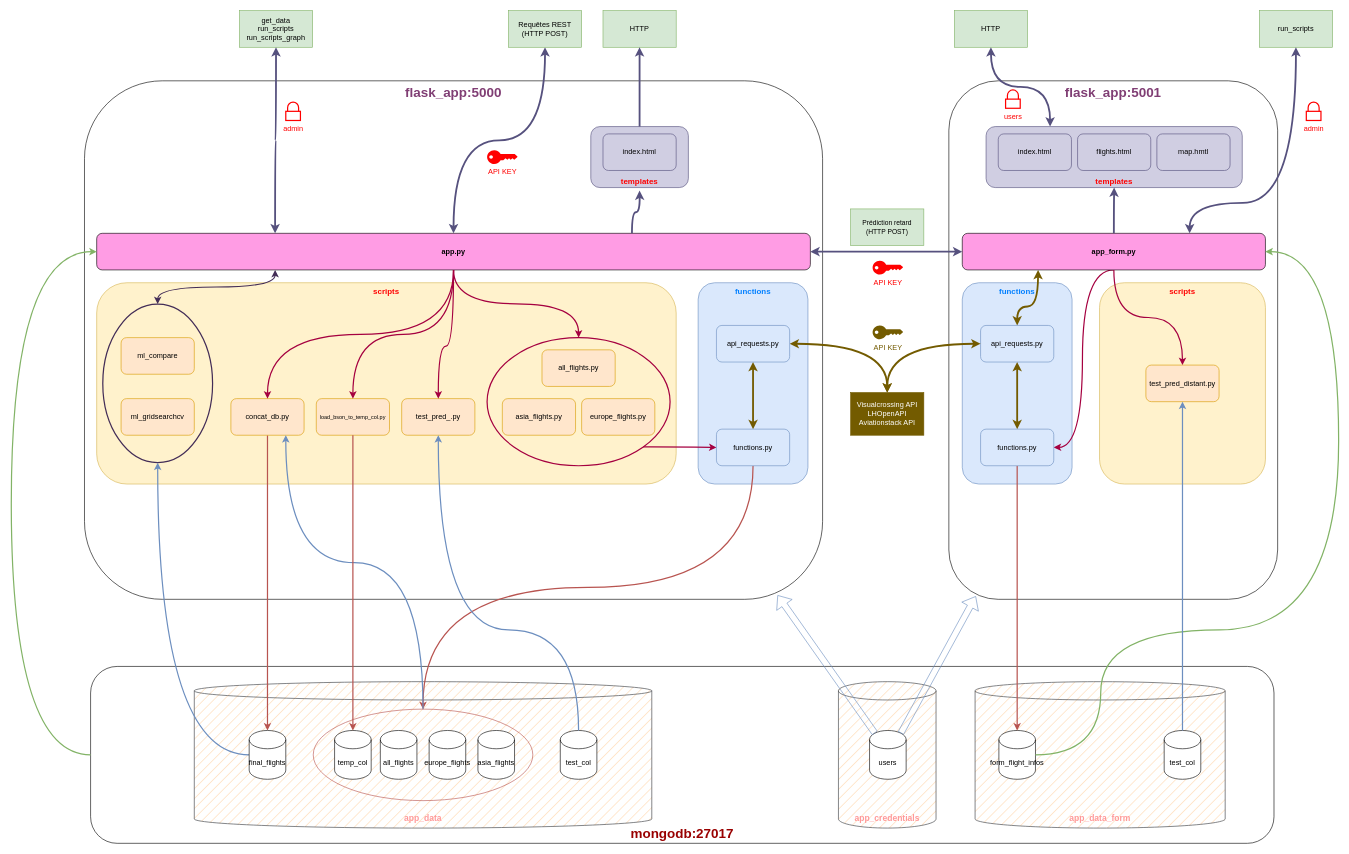
This is Diagramm/Architecture_Diagramm_v2.drawio from dstairlines24/DST_AIRLINES, a draw.io file, before an edit. Source tidied: cells renumbered, new cells numbered last; positions are measured from the earlier drawing's top-left corner, leaving out a move shared by most shapes. Both pictures are drawn from the tidied source at 61%, with x=0, y=0 at pixel (11, 10).
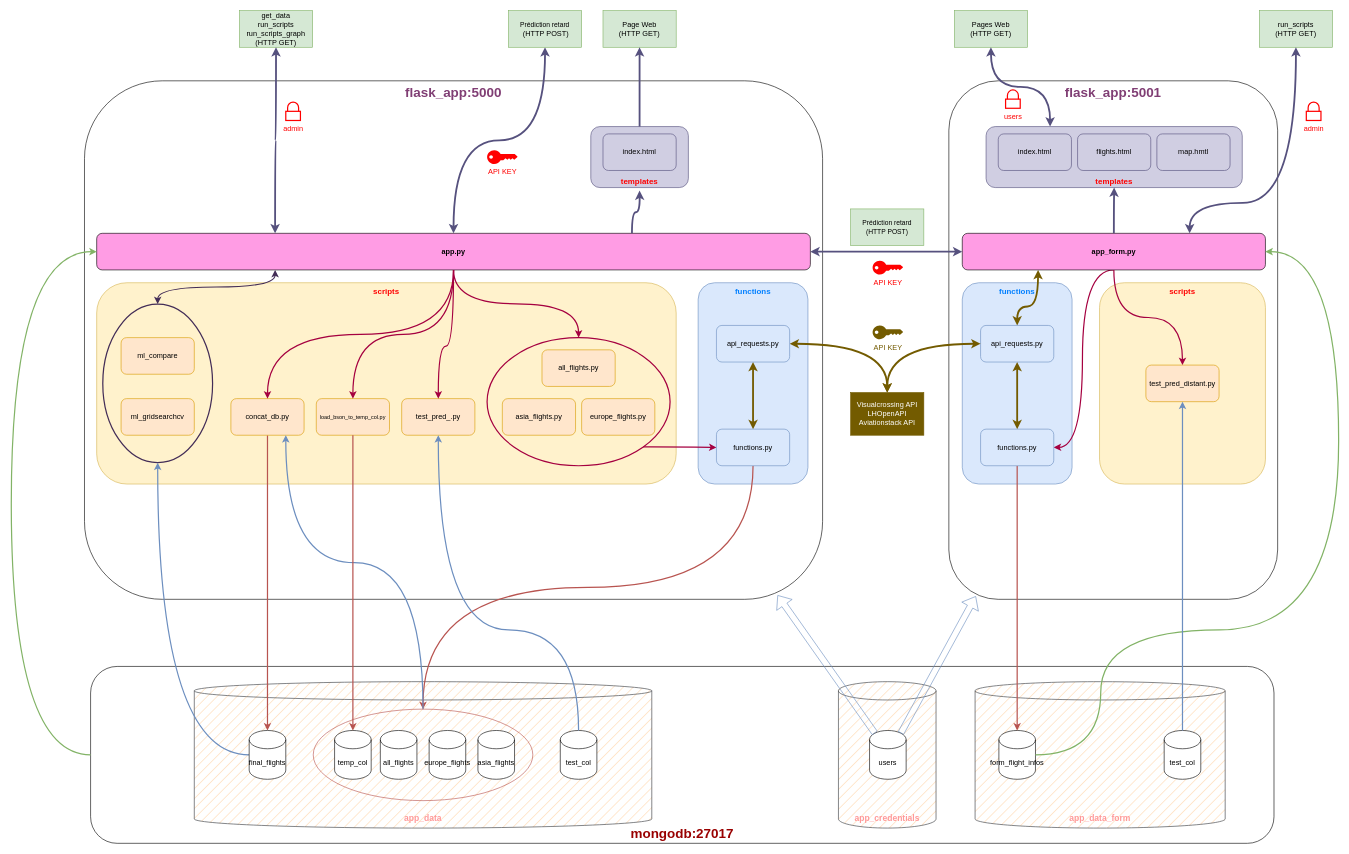
After the change.

Commit message:
maj Diagramm

Change to the diagram source:
```diff
@@
-    <mxCell id="28" value="HTTP" style="rounded=0;whiteSpace=wrap;html=1;fillColor=#d5e8d4;strokeColor=#82b366;" parent="1" vertex="1">
+    <mxCell id="28" value="Pages Web&lt;br&gt;(HTTP GET)" style="rounded=0;whiteSpace=wrap;html=1;fillColor=#d5e8d4;strokeColor=#82b366;" parent="1" vertex="1">
       <mxGeometry x="1546" width="120" height="60" as="geometry" />
     </mxCell>
@@
-    <mxCell id="60" value="Requêtes REST (HTTP POST)" style="rounded=0;whiteSpace=wrap;html=1;fillColor=#d5e8d4;strokeColor=#82b366;" parent="1" vertex="1">
+    <mxCell id="60" value="&lt;span style=&quot;text-wrap-mode: nowrap; font-size: 11px;&quot;&gt;Prédiction retard&lt;/span&gt;&lt;br style=&quot;text-wrap-mode: nowrap; font-size: 11px;&quot;&gt;&amp;nbsp;(HTTP POST)" style="rounded=0;whiteSpace=wrap;html=1;fillColor=#d5e8d4;strokeColor=#82b366;" parent="1" vertex="1">
       <mxGeometry x="815" width="120" height="60" as="geometry" />
     </mxCell>
-    <mxCell id="61" value="get_data&lt;br&gt;run_scripts&lt;br&gt;run_scripts_graph" style="rounded=0;whiteSpace=wrap;html=1;fillColor=#d5e8d4;strokeColor=#82b366;" parent="1" vertex="1">
+    <mxCell id="61" value="get_data&lt;br&gt;run_scripts&lt;br&gt;run_scripts_graph&lt;br&gt;(HTTP GET)" style="rounded=0;whiteSpace=wrap;html=1;fillColor=#d5e8d4;strokeColor=#82b366;" parent="1" vertex="1">
       <mxGeometry x="374" width="120" height="60" as="geometry" />
     </mxCell>
@@
-    <mxCell id="64" value="run_scripts" style="rounded=0;whiteSpace=wrap;html=1;fillColor=#d5e8d4;strokeColor=#82b366;" parent="1" vertex="1">
+    <mxCell id="64" value="run_scripts&lt;br&gt;(HTTP GET)" style="rounded=0;whiteSpace=wrap;html=1;fillColor=#d5e8d4;strokeColor=#82b366;" parent="1" vertex="1">
       <mxGeometry x="2046" width="120" height="60" as="geometry" />
     </mxCell>
-    <mxCell id="65" value="HTTP" style="rounded=0;whiteSpace=wrap;html=1;fillColor=#d5e8d4;strokeColor=#82b366;" parent="1" vertex="1">
+    <mxCell id="65" value="Page Web&lt;br&gt;(HTTP GET)" style="rounded=0;whiteSpace=wrap;html=1;fillColor=#d5e8d4;strokeColor=#82b366;" parent="1" vertex="1">
       <mxGeometry x="970" width="120" height="60" as="geometry" />
     </mxCell>
```
